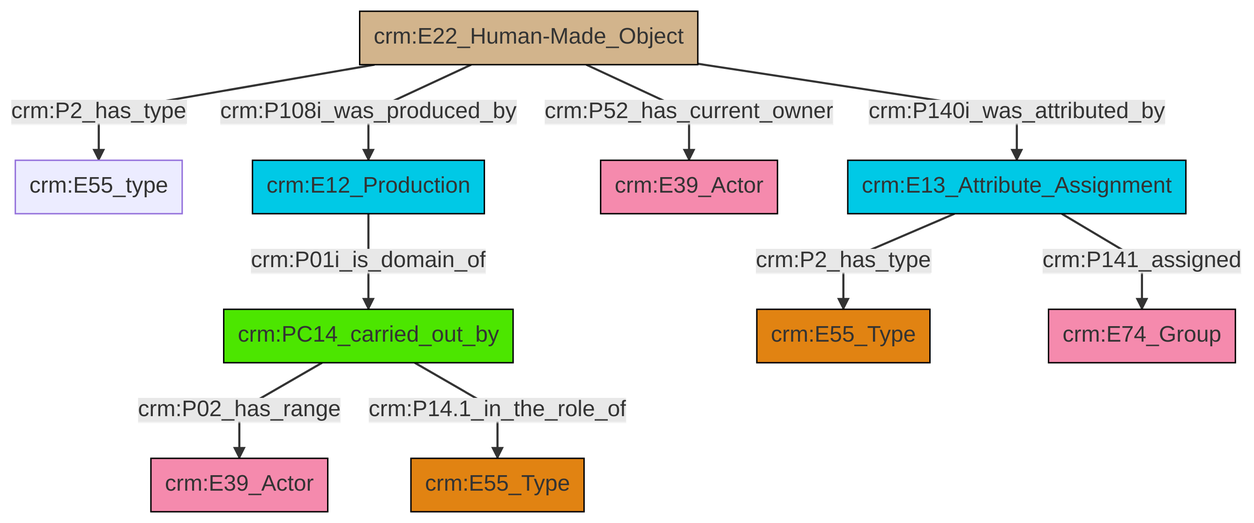
This is et/builtWorkCSV/ttl/mmd/png/Built_Work_actor_relations.png from swiss-art-research-net/docs.swissartresearch, a Mermaid export, as it was before one commit. Its source is kept beside it as et/builtWorkCSV/ttl/mmd/Built_Work_actor_relations.ttl.mmd.
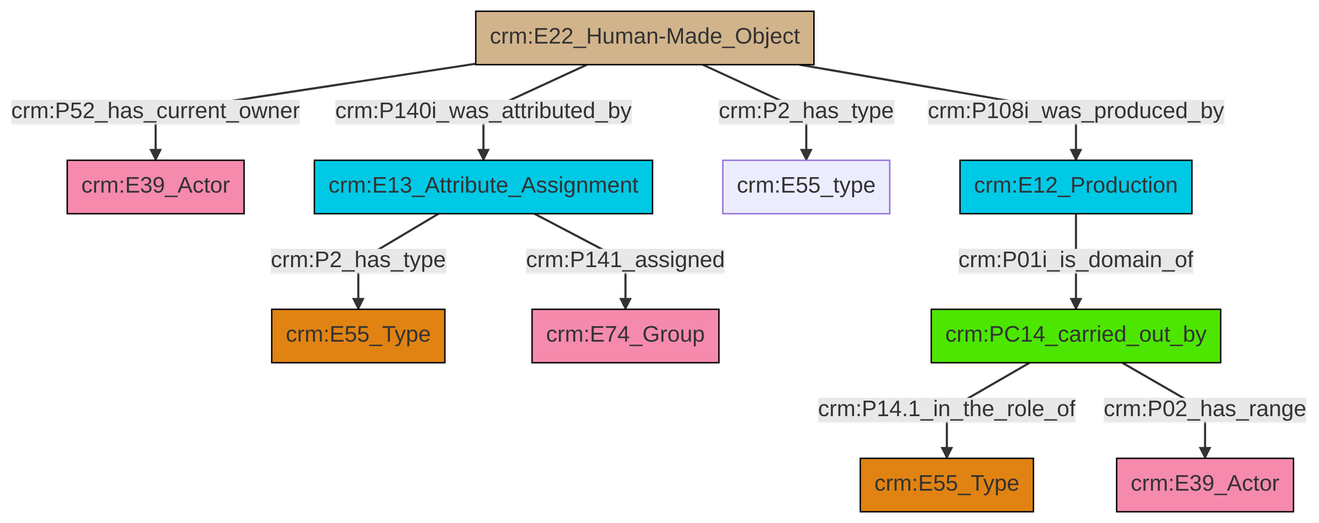
After the change.

Change to the diagram source:
```diff
@@ -13,12 +13,12 @@
 classDef PC_Classes fill:#4ce600, stroke:#000000;
 classDef Multi fill:#cccccc,stroke:#000000;
 
-6["crm:E22_Human-Made_Object"]:::Physical_Thing -->|crm:P140i_was_attributed_by| 7["crm:E13_Attribute_Assignment"]:::Temporal_Entity
-6["crm:E22_Human-Made_Object"]:::Physical_Thing -->|crm:P2_has_type| 4["crm:E55_type"]:::Default
-6["crm:E22_Human-Made_Object"]:::Physical_Thing -->|crm:P108i_was_produced_by| 17["crm:E12_Production"]:::Temporal_Entity
-7["crm:E13_Attribute_Assignment"]:::Temporal_Entity -->|crm:P2_has_type| 13["crm:E55_Type"]:::Type
-7["crm:E13_Attribute_Assignment"]:::Temporal_Entity -->|crm:P141_assigned| 15["crm:E74_Group"]:::Actor
-17["crm:E12_Production"]:::Temporal_Entity -->|crm:P01i_is_domain_of| 8["crm:PC14_carried_out_by"]:::PC_Classes
-6["crm:E22_Human-Made_Object"]:::Physical_Thing -->|crm:P52_has_current_owner| 11["crm:E39_Actor"]:::Actor
-8["crm:PC14_carried_out_by"]:::PC_Classes -->|crm:P02_has_range| 2["crm:E39_Actor"]:::Actor
-8["crm:PC14_carried_out_by"]:::PC_Classes -->|crm:P14.1_in_the_role_of| 0["crm:E55_Type"]:::Type
+0["crm:E22_Human-Made_Object"]:::Physical_Thing -->|crm:P52_has_current_owner| 1["crm:E39_Actor"]:::Actor
+7["crm:E12_Production"]:::Temporal_Entity -->|crm:P01i_is_domain_of| 8["crm:PC14_carried_out_by"]:::PC_Classes
+0["crm:E22_Human-Made_Object"]:::Physical_Thing -->|crm:P140i_was_attributed_by| 12["crm:E13_Attribute_Assignment"]:::Temporal_Entity
+12["crm:E13_Attribute_Assignment"]:::Temporal_Entity -->|crm:P2_has_type| 2["crm:E55_Type"]:::Type
+0["crm:E22_Human-Made_Object"]:::Physical_Thing -->|crm:P108i_was_produced_by| 7["crm:E12_Production"]:::Temporal_Entity
+0["crm:E22_Human-Made_Object"]:::Physical_Thing -->|crm:P2_has_type| 10["crm:E55_type"]:::Default
+12["crm:E13_Attribute_Assignment"]:::Temporal_Entity -->|crm:P141_assigned| 4["crm:E74_Group"]:::Actor
+8["crm:PC14_carried_out_by"]:::PC_Classes -->|crm:P14.1_in_the_role_of| 18["crm:E55_Type"]:::Type
+8["crm:PC14_carried_out_by"]:::PC_Classes -->|crm:P02_has_range| 15["crm:E39_Actor"]:::Actor
```
